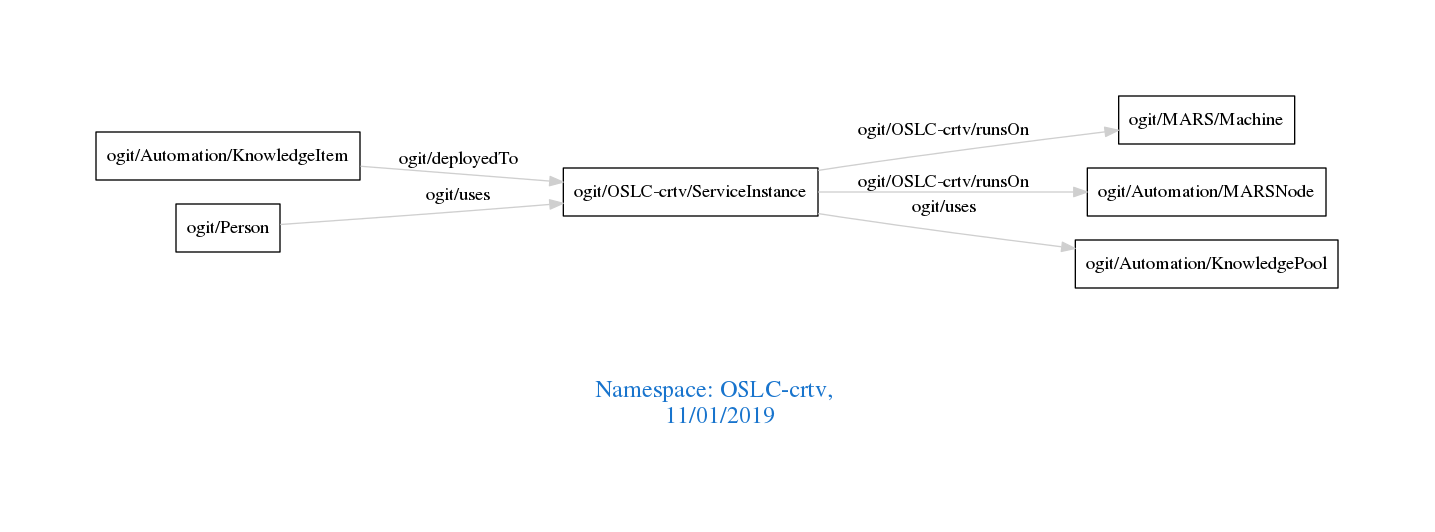
Earlier version of the Graphviz export downloads/OSLC-crtv.png (arago/OGIT). Its source is kept beside it as downloads/OSLC-crtv.dot.
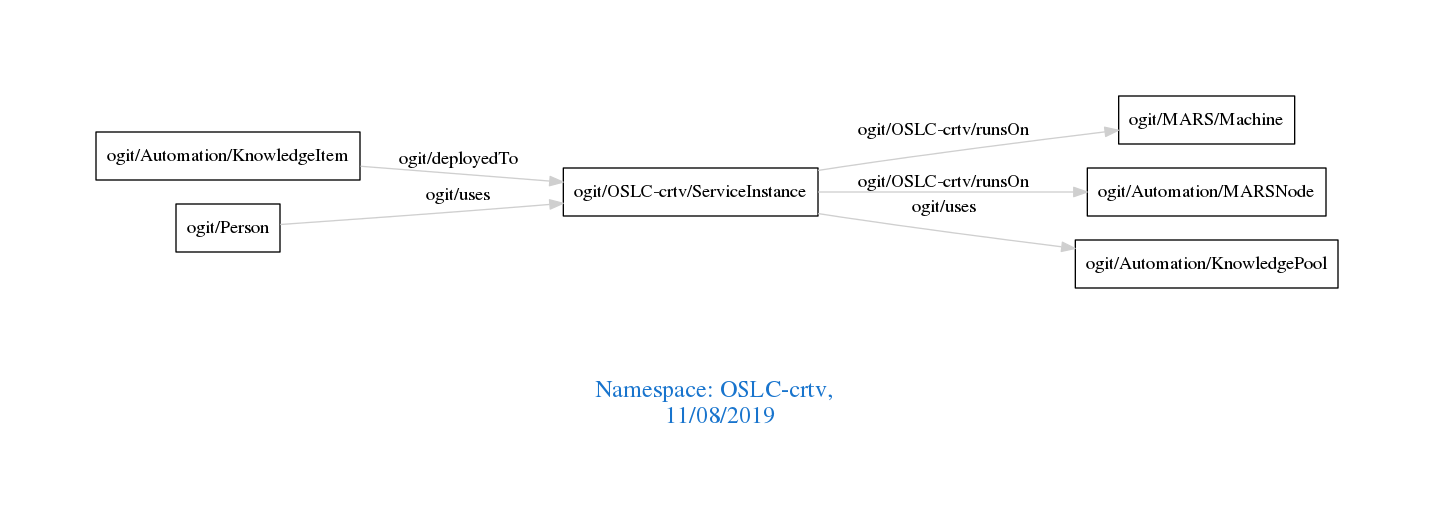
The same file after the commit.

What changed in the source:
```diff
@@ -1,7 +1,7 @@
 digraph OGIT_ontology {
  graph [ rankdir= LR,pad=1
 fontsize = 18,
-fontcolor= dodgerblue3,label = "\n\n\nNamespace: OSLC-crtv, \n 11/01/2019"];
+fontcolor= dodgerblue3,label = "\n\n\nNamespace: OSLC-crtv, \n 11/08/2019"];
 node[shape=polygon];
 edge [  color="gray81"];
 
```
